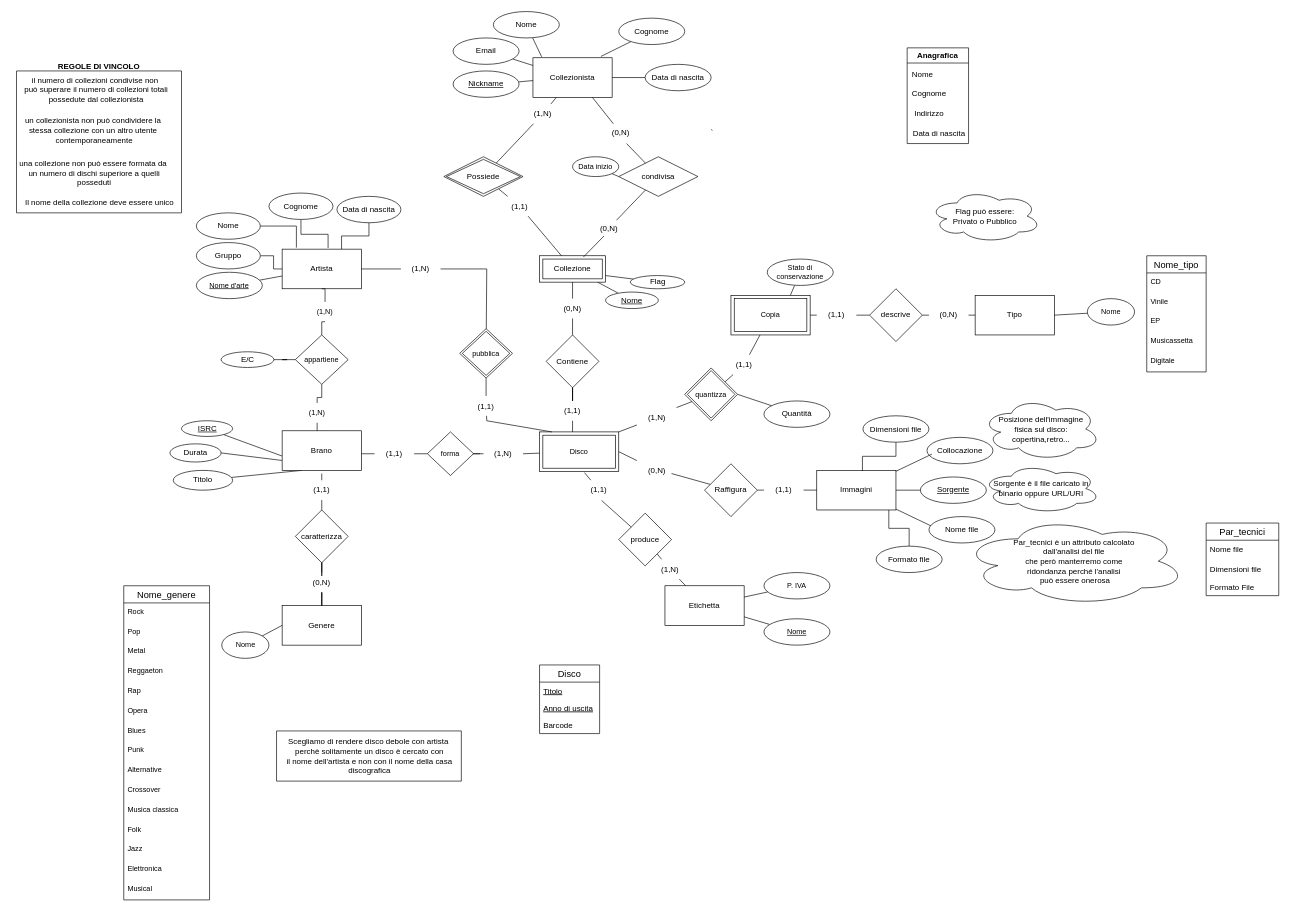
Before: page "Ristrutturato" (2 of 2) of Collectors_ER.drawio in jessvzz/progetto_collezionisti, a draw.io diagram. Source tidied: cells renumbered, new cells numbered last; positions are measured from the earlier drawing's top-left corner, leaving out a move shared by most shapes. Both pictures are drawn from the tidied source at 66%, with x=0, y=0 at pixel (11, 11).
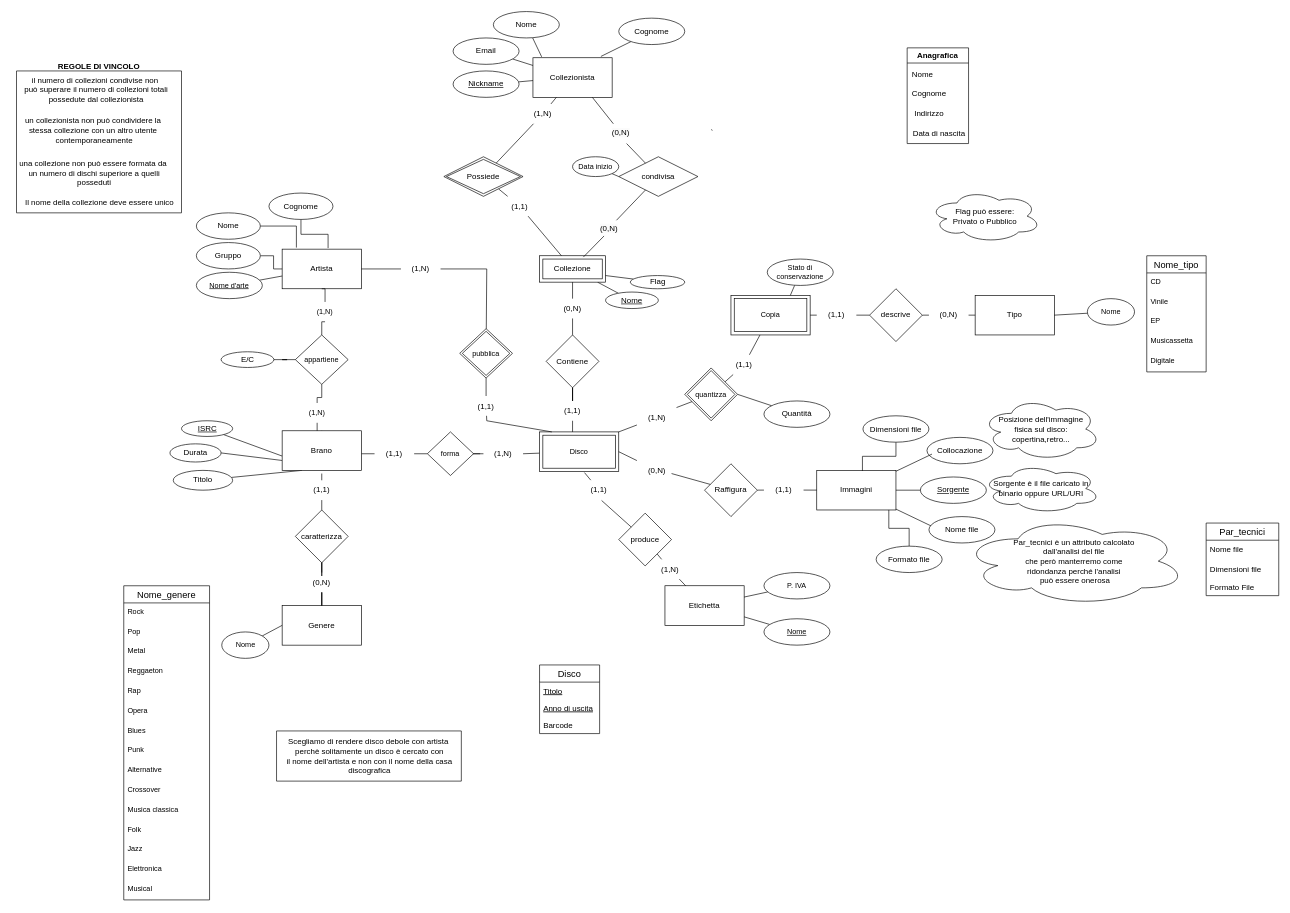
The same diagram, later.

Commit message (it also covers changes not shown here):
iniziato popolamneto, tolte date di nascita

Unchanged cells that the change refers to:
```xml
<mxCell id="5" value="Collezionista" style="rounded=0;whiteSpace=wrap;html=1;" parent="1" vertex="1">
  <mxGeometry x="790" y="70" width="120" height="60" as="geometry" />
</mxCell>
<mxCell id="62" value="Artista" style="rounded=0;whiteSpace=wrap;html=1;" parent="1" vertex="1">
  <mxGeometry x="410" y="360" width="120" height="60" as="geometry" />
</mxCell>
```

The edit, as a diff of the source:
```diff
@@
-    <mxCell id="149" style="edgeStyle=none;shape=connector;rounded=0;sketch=0;jettySize=auto;html=1;entryX=1;entryY=0.5;entryDx=0;entryDy=0;shadow=0;labelBackgroundColor=default;strokeColor=default;fontFamily=Helvetica;fontSize=11;fontColor=default;endArrow=none;endFill=0;elbow=vertical;" parent="1" edge="1" source="150" target="5">
-      <mxGeometry relative="1" as="geometry" />
-    </mxCell>
-    <mxCell id="150" value="Data di nascita" style="ellipse;whiteSpace=wrap;html=1;align=center;" parent="1" vertex="1">
-      <mxGeometry x="960" y="80" width="100" height="40" as="geometry" />
-    </mxCell>
@@
-    <mxCell id="155" style="edgeStyle=orthogonalEdgeStyle;shape=connector;rounded=0;sketch=0;jettySize=auto;html=1;entryX=0.75;entryY=0;entryDx=0;entryDy=0;shadow=0;labelBackgroundColor=default;strokeColor=default;fontFamily=Helvetica;fontSize=11;fontColor=default;endArrow=none;endFill=0;" parent="1" edge="1" source="156" target="62">
-      <mxGeometry relative="1" as="geometry" />
-    </mxCell>
-    <mxCell id="156" value="Data di nascita" style="ellipse;whiteSpace=wrap;html=1;align=center;" parent="1" vertex="1">
-      <mxGeometry x="493" y="280" width="97" height="40" as="geometry" />
-    </mxCell>
```
